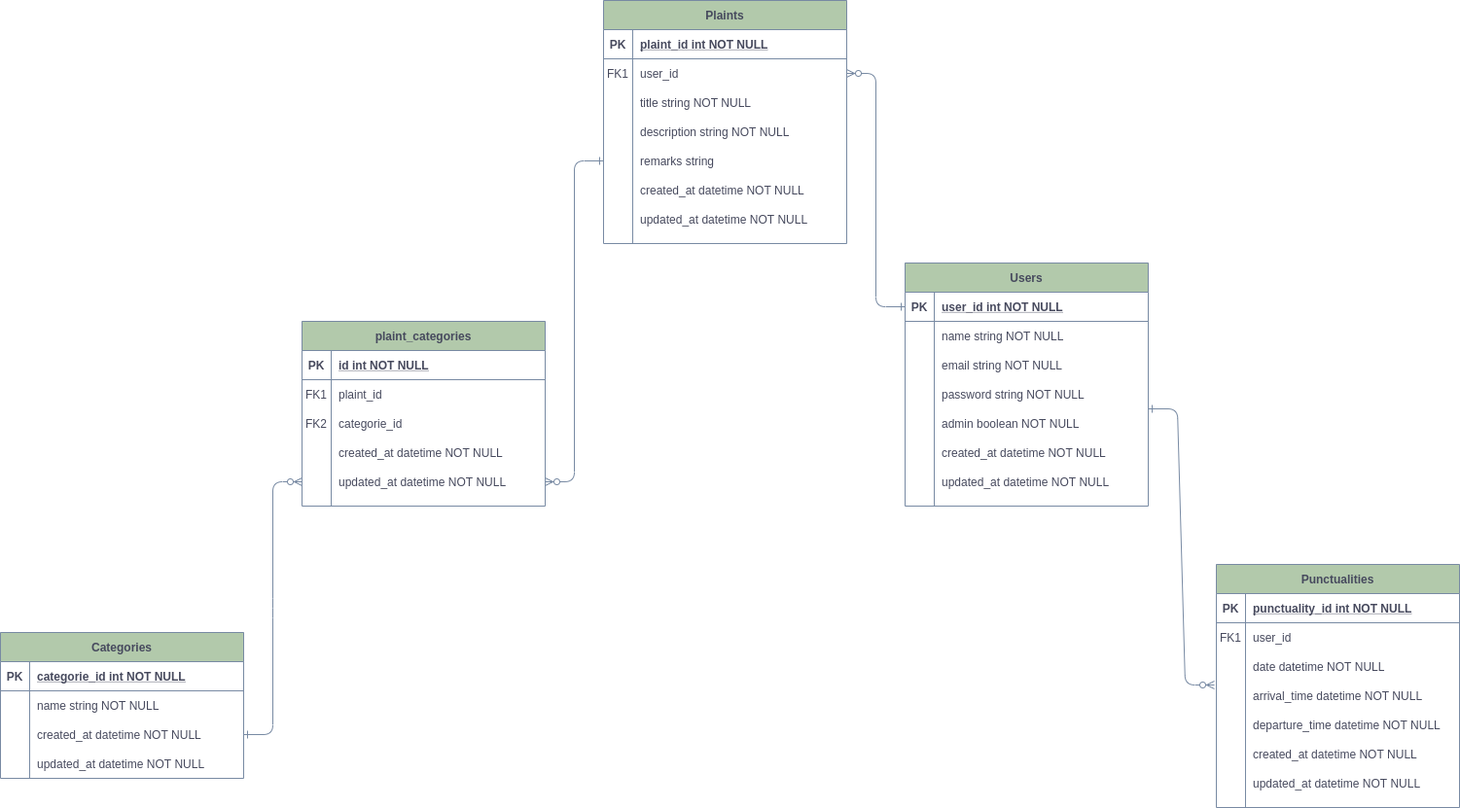
rinouu/Original_app keeps this draw.io diagram as public/origin_app.png. Above is the earlier version. Source tidied: cells renumbered, new cells last; positions are measured from the earlier drawing's top-left corner, leaving out a move shared by most shapes.
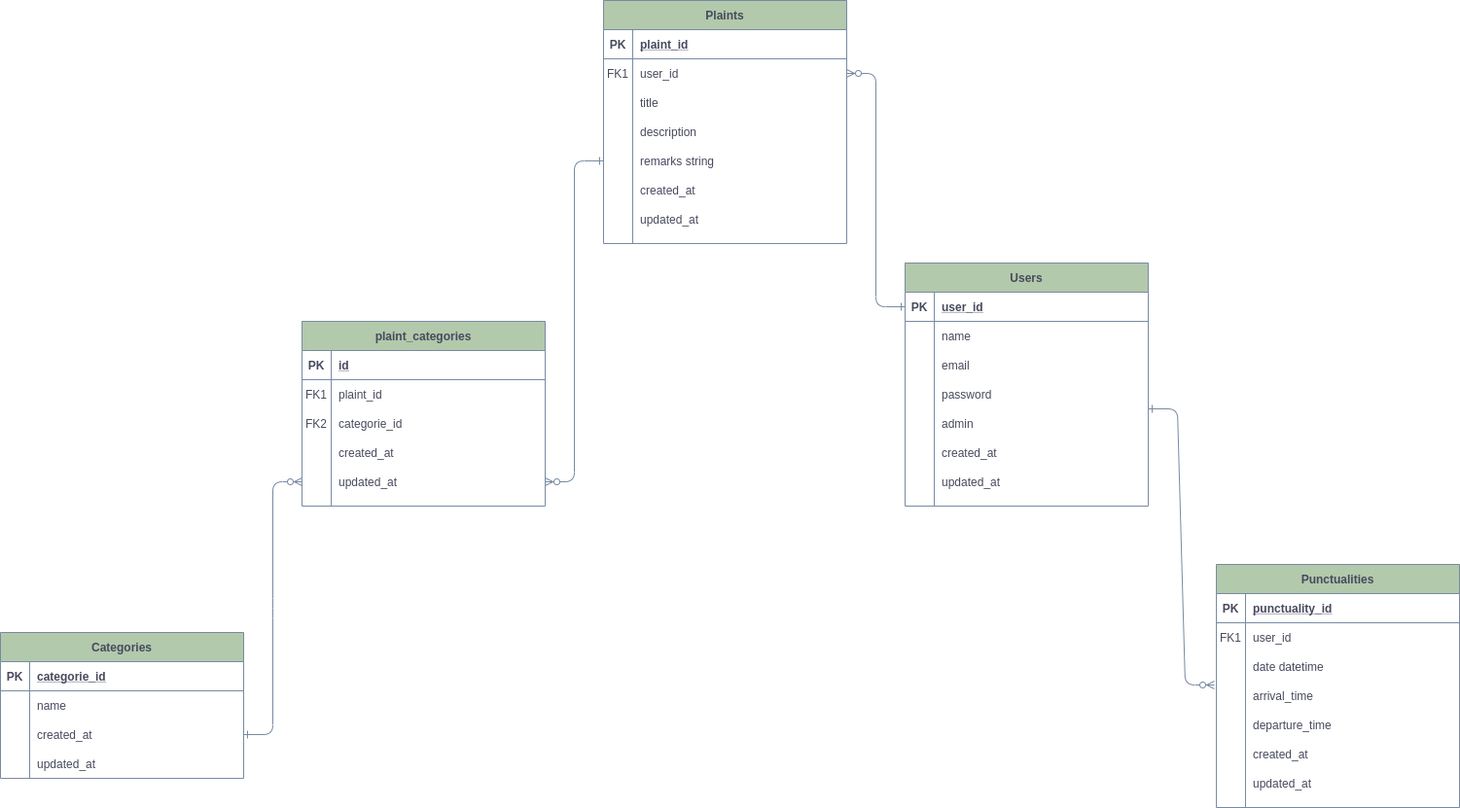
The same diagram one commit later.

Change to the diagram source:
```diff
@@ -16,3 +16,3 @@
     </mxCell>
-    <mxCell id="6" value="user_id int NOT NULL " style="shape=partialRectangle;overflow=hidden;fillColor=none;top=0;left=0;bottom=0;right=0;align=left;spacingLeft=6;fontStyle=5;strokeColor=#788AA3;fontColor=#46495D;" parent="4" vertex="1">
+    <mxCell id="6" value="user_id" style="shape=partialRectangle;overflow=hidden;fillColor=none;top=0;left=0;bottom=0;right=0;align=left;spacingLeft=6;fontStyle=5;strokeColor=#788AA3;fontColor=#46495D;" parent="4" vertex="1">
       <mxGeometry x="30" width="220" height="30" as="geometry" />
@@ -25,3 +25,3 @@
     </mxCell>
-    <mxCell id="9" value="name string NOT NULL" style="shape=partialRectangle;overflow=hidden;fillColor=none;top=0;left=0;bottom=0;right=0;align=left;spacingLeft=6;strokeColor=#788AA3;fontColor=#46495D;" parent="7" vertex="1">
+    <mxCell id="9" value="name" style="shape=partialRectangle;overflow=hidden;fillColor=none;top=0;left=0;bottom=0;right=0;align=left;spacingLeft=6;strokeColor=#788AA3;fontColor=#46495D;" parent="7" vertex="1">
       <mxGeometry x="30" width="220" height="30" as="geometry" />
@@ -34,3 +34,3 @@
     </mxCell>
-    <mxCell id="12" value="email string NOT NULL" style="shape=partialRectangle;overflow=hidden;fillColor=none;top=0;left=0;bottom=0;right=0;align=left;spacingLeft=6;strokeColor=#788AA3;fontColor=#46495D;" parent="10" vertex="1">
+    <mxCell id="12" value="email" style="shape=partialRectangle;overflow=hidden;fillColor=none;top=0;left=0;bottom=0;right=0;align=left;spacingLeft=6;strokeColor=#788AA3;fontColor=#46495D;" parent="10" vertex="1">
       <mxGeometry x="30" width="220" height="30" as="geometry" />
@@ -43,3 +43,3 @@
     </mxCell>
-    <mxCell id="15" value="password string NOT NULL" style="shape=partialRectangle;overflow=hidden;fillColor=none;top=0;left=0;bottom=0;right=0;align=left;spacingLeft=6;strokeColor=#788AA3;fontColor=#46495D;" parent="13" vertex="1">
+    <mxCell id="15" value="password" style="shape=partialRectangle;overflow=hidden;fillColor=none;top=0;left=0;bottom=0;right=0;align=left;spacingLeft=6;strokeColor=#788AA3;fontColor=#46495D;" parent="13" vertex="1">
       <mxGeometry x="30" width="220" height="30" as="geometry" />
@@ -52,3 +52,3 @@
     </mxCell>
-    <mxCell id="18" value="admin boolean NOT NULL" style="shape=partialRectangle;overflow=hidden;fillColor=none;top=0;left=0;bottom=0;right=0;align=left;spacingLeft=6;strokeColor=#788AA3;fontColor=#46495D;" parent="16" vertex="1">
+    <mxCell id="18" value="admin" style="shape=partialRectangle;overflow=hidden;fillColor=none;top=0;left=0;bottom=0;right=0;align=left;spacingLeft=6;strokeColor=#788AA3;fontColor=#46495D;" parent="16" vertex="1">
       <mxGeometry x="30" width="220" height="30" as="geometry" />
@@ -61,3 +61,3 @@
     </mxCell>
-    <mxCell id="21" value="created_at datetime NOT NULL" style="shape=partialRectangle;overflow=hidden;fillColor=none;top=0;left=0;bottom=0;right=0;align=left;spacingLeft=6;strokeColor=#788AA3;fontColor=#46495D;" parent="19" vertex="1">
+    <mxCell id="21" value="created_at" style="shape=partialRectangle;overflow=hidden;fillColor=none;top=0;left=0;bottom=0;right=0;align=left;spacingLeft=6;strokeColor=#788AA3;fontColor=#46495D;" parent="19" vertex="1">
       <mxGeometry x="30" width="220" height="30" as="geometry" />
@@ -70,3 +70,3 @@
     </mxCell>
-    <mxCell id="24" value="updated_at datetime NOT NULL" style="shape=partialRectangle;overflow=hidden;fillColor=none;top=0;left=0;bottom=0;right=0;align=left;spacingLeft=6;strokeColor=#788AA3;fontColor=#46495D;" parent="22" vertex="1">
+    <mxCell id="24" value="updated_at" style="shape=partialRectangle;overflow=hidden;fillColor=none;top=0;left=0;bottom=0;right=0;align=left;spacingLeft=6;strokeColor=#788AA3;fontColor=#46495D;" parent="22" vertex="1">
       <mxGeometry x="30" width="220" height="30" as="geometry" />
@@ -82,3 +82,3 @@
     </mxCell>
-    <mxCell id="28" value="plaint_id int NOT NULL " style="shape=partialRectangle;overflow=hidden;fillColor=none;top=0;left=0;bottom=0;right=0;align=left;spacingLeft=6;fontStyle=5;strokeColor=#788AA3;fontColor=#46495D;" parent="26" vertex="1">
+    <mxCell id="28" value="plaint_id" style="shape=partialRectangle;overflow=hidden;fillColor=none;top=0;left=0;bottom=0;right=0;align=left;spacingLeft=6;fontStyle=5;strokeColor=#788AA3;fontColor=#46495D;" parent="26" vertex="1">
       <mxGeometry x="30" width="220" height="30" as="geometry" />
@@ -100,3 +100,3 @@
     </mxCell>
-    <mxCell id="34" value="title string NOT NULL" style="shape=partialRectangle;overflow=hidden;fillColor=none;top=0;left=0;bottom=0;right=0;align=left;spacingLeft=6;strokeColor=#788AA3;fontColor=#46495D;" parent="32" vertex="1">
+    <mxCell id="34" value="title" style="shape=partialRectangle;overflow=hidden;fillColor=none;top=0;left=0;bottom=0;right=0;align=left;spacingLeft=6;strokeColor=#788AA3;fontColor=#46495D;" parent="32" vertex="1">
       <mxGeometry x="30" width="220" height="30" as="geometry" />
@@ -109,3 +109,3 @@
     </mxCell>
-    <mxCell id="37" value="description string NOT NULL" style="shape=partialRectangle;overflow=hidden;fillColor=none;top=0;left=0;bottom=0;right=0;align=left;spacingLeft=6;strokeColor=#788AA3;fontColor=#46495D;" parent="35" vertex="1">
+    <mxCell id="37" value="description" style="shape=partialRectangle;overflow=hidden;fillColor=none;top=0;left=0;bottom=0;right=0;align=left;spacingLeft=6;strokeColor=#788AA3;fontColor=#46495D;" parent="35" vertex="1">
       <mxGeometry x="30" width="220" height="30" as="geometry" />
@@ -127,3 +127,3 @@
     </mxCell>
-    <mxCell id="43" value="created_at datetime NOT NULL" style="shape=partialRectangle;overflow=hidden;fillColor=none;top=0;left=0;bottom=0;right=0;align=left;spacingLeft=6;strokeColor=#788AA3;fontColor=#46495D;" parent="41" vertex="1">
+    <mxCell id="43" value="created_at" style="shape=partialRectangle;overflow=hidden;fillColor=none;top=0;left=0;bottom=0;right=0;align=left;spacingLeft=6;strokeColor=#788AA3;fontColor=#46495D;" parent="41" vertex="1">
       <mxGeometry x="30" width="220" height="30" as="geometry" />
@@ -136,3 +136,3 @@
     </mxCell>
-    <mxCell id="46" value="updated_at datetime NOT NULL" style="shape=partialRectangle;overflow=hidden;fillColor=none;top=0;left=0;bottom=0;right=0;align=left;spacingLeft=6;strokeColor=#788AA3;fontColor=#46495D;" parent="44" vertex="1">
+    <mxCell id="46" value="updated_at" style="shape=partialRectangle;overflow=hidden;fillColor=none;top=0;left=0;bottom=0;right=0;align=left;spacingLeft=6;strokeColor=#788AA3;fontColor=#46495D;" parent="44" vertex="1">
       <mxGeometry x="30" width="220" height="30" as="geometry" />
@@ -148,3 +148,3 @@
     </mxCell>
-    <mxCell id="50" value="id int NOT NULL " style="shape=partialRectangle;overflow=hidden;fillColor=none;top=0;left=0;bottom=0;right=0;align=left;spacingLeft=6;fontStyle=5;strokeColor=#788AA3;fontColor=#46495D;" parent="48" vertex="1">
+    <mxCell id="50" value="id" style="shape=partialRectangle;overflow=hidden;fillColor=none;top=0;left=0;bottom=0;right=0;align=left;spacingLeft=6;fontStyle=5;strokeColor=#788AA3;fontColor=#46495D;" parent="48" vertex="1">
       <mxGeometry x="30" width="220" height="30" as="geometry" />
@@ -175,3 +175,3 @@
     </mxCell>
-    <mxCell id="59" value="created_at datetime NOT NULL" style="shape=partialRectangle;overflow=hidden;fillColor=none;top=0;left=0;bottom=0;right=0;align=left;spacingLeft=6;strokeColor=#788AA3;fontColor=#46495D;" parent="57" vertex="1">
+    <mxCell id="59" value="created_at" style="shape=partialRectangle;overflow=hidden;fillColor=none;top=0;left=0;bottom=0;right=0;align=left;spacingLeft=6;strokeColor=#788AA3;fontColor=#46495D;" parent="57" vertex="1">
       <mxGeometry x="30" width="220" height="30" as="geometry" />
@@ -184,3 +184,3 @@
     </mxCell>
-    <mxCell id="62" value="updated_at datetime NOT NULL" style="shape=partialRectangle;overflow=hidden;fillColor=none;top=0;left=0;bottom=0;right=0;align=left;spacingLeft=6;strokeColor=#788AA3;fontColor=#46495D;" parent="60" vertex="1">
+    <mxCell id="62" value="updated_at" style="shape=partialRectangle;overflow=hidden;fillColor=none;top=0;left=0;bottom=0;right=0;align=left;spacingLeft=6;strokeColor=#788AA3;fontColor=#46495D;" parent="60" vertex="1">
       <mxGeometry x="30" width="220" height="30" as="geometry" />
@@ -196,3 +196,3 @@
     </mxCell>
-    <mxCell id="66" value="categorie_id int NOT NULL " style="shape=partialRectangle;overflow=hidden;fillColor=none;top=0;left=0;bottom=0;right=0;align=left;spacingLeft=6;fontStyle=5;strokeColor=#788AA3;fontColor=#46495D;" parent="64" vertex="1">
+    <mxCell id="66" value="categorie_id" style="shape=partialRectangle;overflow=hidden;fillColor=none;top=0;left=0;bottom=0;right=0;align=left;spacingLeft=6;fontStyle=5;strokeColor=#788AA3;fontColor=#46495D;" parent="64" vertex="1">
       <mxGeometry x="30" width="220" height="30" as="geometry" />
@@ -205,3 +205,3 @@
     </mxCell>
-    <mxCell id="69" value="name string NOT NULL" style="shape=partialRectangle;overflow=hidden;fillColor=none;top=0;left=0;bottom=0;right=0;align=left;spacingLeft=6;strokeColor=#788AA3;fontColor=#46495D;" parent="67" vertex="1">
+    <mxCell id="69" value="name" style="shape=partialRectangle;overflow=hidden;fillColor=none;top=0;left=0;bottom=0;right=0;align=left;spacingLeft=6;strokeColor=#788AA3;fontColor=#46495D;" parent="67" vertex="1">
       <mxGeometry x="30" width="220" height="30" as="geometry" />
@@ -214,3 +214,3 @@
     </mxCell>
-    <mxCell id="72" value="created_at datetime NOT NULL" style="shape=partialRectangle;overflow=hidden;fillColor=none;top=0;left=0;bottom=0;right=0;align=left;spacingLeft=6;strokeColor=#788AA3;fontColor=#46495D;" parent="70" vertex="1">
+    <mxCell id="72" value="created_at" style="shape=partialRectangle;overflow=hidden;fillColor=none;top=0;left=0;bottom=0;right=0;align=left;spacingLeft=6;strokeColor=#788AA3;fontColor=#46495D;" parent="70" vertex="1">
       <mxGeometry x="30" width="220" height="30" as="geometry" />
@@ -223,3 +223,3 @@
     </mxCell>
-    <mxCell id="75" value="updated_at datetime NOT NULL" style="shape=partialRectangle;overflow=hidden;fillColor=none;top=0;left=0;bottom=0;right=0;align=left;spacingLeft=6;strokeColor=#788AA3;fontColor=#46495D;" parent="73" vertex="1">
+    <mxCell id="75" value="updated_at" style="shape=partialRectangle;overflow=hidden;fillColor=none;top=0;left=0;bottom=0;right=0;align=left;spacingLeft=6;strokeColor=#788AA3;fontColor=#46495D;" parent="73" vertex="1">
       <mxGeometry x="30" width="220" height="30" as="geometry" />
@@ -235,3 +235,3 @@
     </mxCell>
-    <mxCell id="79" value="punctuality_id int NOT NULL " style="shape=partialRectangle;overflow=hidden;fillColor=none;top=0;left=0;bottom=0;right=0;align=left;spacingLeft=6;fontStyle=5;strokeColor=#788AA3;fontColor=#46495D;" parent="77" vertex="1">
+    <mxCell id="79" value="punctuality_id" style="shape=partialRectangle;overflow=hidden;fillColor=none;top=0;left=0;bottom=0;right=0;align=left;spacingLeft=6;fontStyle=5;strokeColor=#788AA3;fontColor=#46495D;" parent="77" vertex="1">
       <mxGeometry x="30" width="220" height="30" as="geometry" />
@@ -253,3 +253,3 @@
     </mxCell>
-    <mxCell id="85" value="date datetime NOT NULL" style="shape=partialRectangle;overflow=hidden;fillColor=none;top=0;left=0;bottom=0;right=0;align=left;spacingLeft=6;strokeColor=#788AA3;fontColor=#46495D;" parent="83" vertex="1">
+    <mxCell id="85" value="date datetime" style="shape=partialRectangle;overflow=hidden;fillColor=none;top=0;left=0;bottom=0;right=0;align=left;spacingLeft=6;strokeColor=#788AA3;fontColor=#46495D;" parent="83" vertex="1">
       <mxGeometry x="30" width="220" height="30" as="geometry" />
@@ -262,3 +262,3 @@
     </mxCell>
-    <mxCell id="88" value="arrival_time datetime NOT NULL" style="shape=partialRectangle;overflow=hidden;fillColor=none;top=0;left=0;bottom=0;right=0;align=left;spacingLeft=6;strokeColor=#788AA3;fontColor=#46495D;" parent="86" vertex="1">
+    <mxCell id="88" value="arrival_time" style="shape=partialRectangle;overflow=hidden;fillColor=none;top=0;left=0;bottom=0;right=0;align=left;spacingLeft=6;strokeColor=#788AA3;fontColor=#46495D;" parent="86" vertex="1">
       <mxGeometry x="30" width="220" height="30" as="geometry" />
@@ -271,3 +271,3 @@
     </mxCell>
-    <mxCell id="91" value="departure_time datetime NOT NULL" style="shape=partialRectangle;overflow=hidden;fillColor=none;top=0;left=0;bottom=0;right=0;align=left;spacingLeft=6;strokeColor=#788AA3;fontColor=#46495D;" parent="89" vertex="1">
+    <mxCell id="91" value="departure_time" style="shape=partialRectangle;overflow=hidden;fillColor=none;top=0;left=0;bottom=0;right=0;align=left;spacingLeft=6;strokeColor=#788AA3;fontColor=#46495D;" parent="89" vertex="1">
       <mxGeometry x="30" width="220" height="30" as="geometry" />
@@ -280,3 +280,3 @@
     </mxCell>
-    <mxCell id="94" value="created_at datetime NOT NULL" style="shape=partialRectangle;overflow=hidden;fillColor=none;top=0;left=0;bottom=0;right=0;align=left;spacingLeft=6;strokeColor=#788AA3;fontColor=#46495D;" parent="92" vertex="1">
+    <mxCell id="94" value="created_at" style="shape=partialRectangle;overflow=hidden;fillColor=none;top=0;left=0;bottom=0;right=0;align=left;spacingLeft=6;strokeColor=#788AA3;fontColor=#46495D;" parent="92" vertex="1">
       <mxGeometry x="30" width="220" height="30" as="geometry" />
@@ -289,3 +289,3 @@
     </mxCell>
-    <mxCell id="97" value="updated_at datetime NOT NULL" style="shape=partialRectangle;overflow=hidden;fillColor=none;top=0;left=0;bottom=0;right=0;align=left;spacingLeft=6;strokeColor=#788AA3;fontColor=#46495D;" parent="95" vertex="1">
+    <mxCell id="97" value="updated_at" style="shape=partialRectangle;overflow=hidden;fillColor=none;top=0;left=0;bottom=0;right=0;align=left;spacingLeft=6;strokeColor=#788AA3;fontColor=#46495D;" parent="95" vertex="1">
       <mxGeometry x="30" width="220" height="30" as="geometry" />
```
